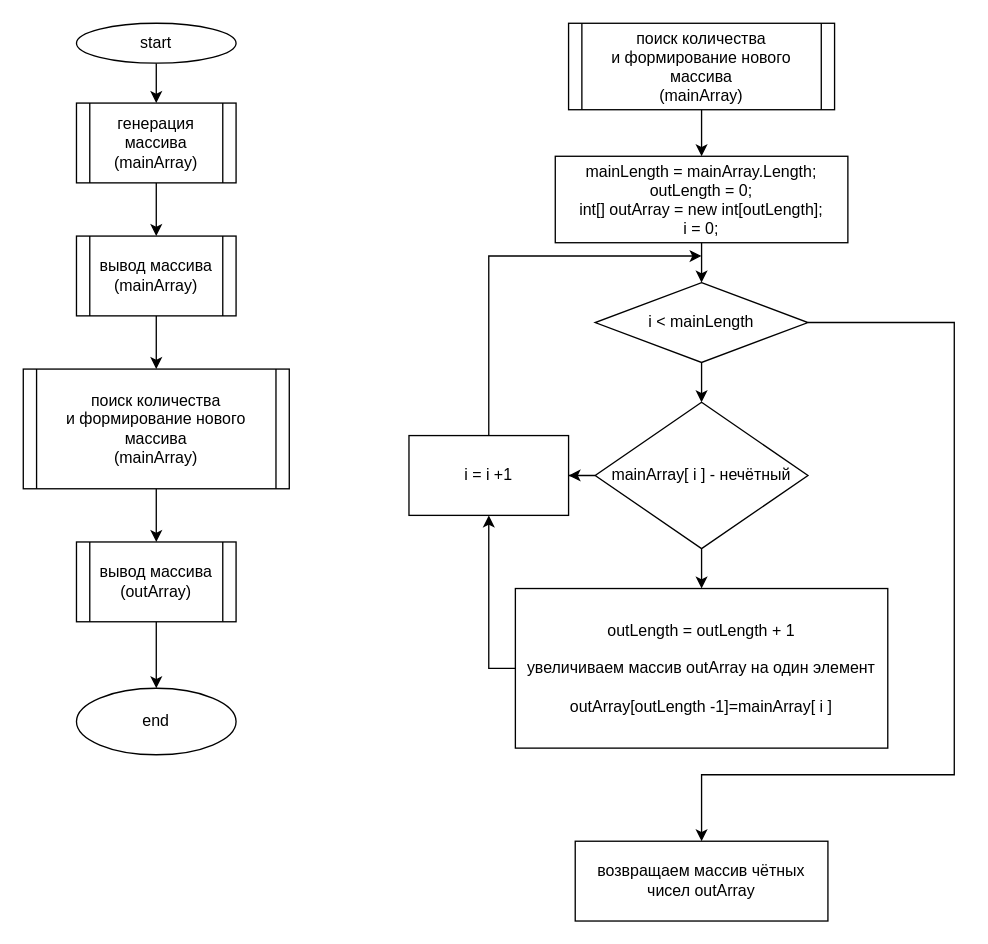
Earlier version of the draw.io diagram Untitled Diagram.drawio (CovChEGG/dev1Group6). Source tidied: cells renumbered, new cells numbered last; positions are measured from the earlier drawing's top-left corner, leaving out a move shared by most shapes. Both pictures are drawn from the tidied source at 133%, with x=0, y=0 at pixel (23, 23).
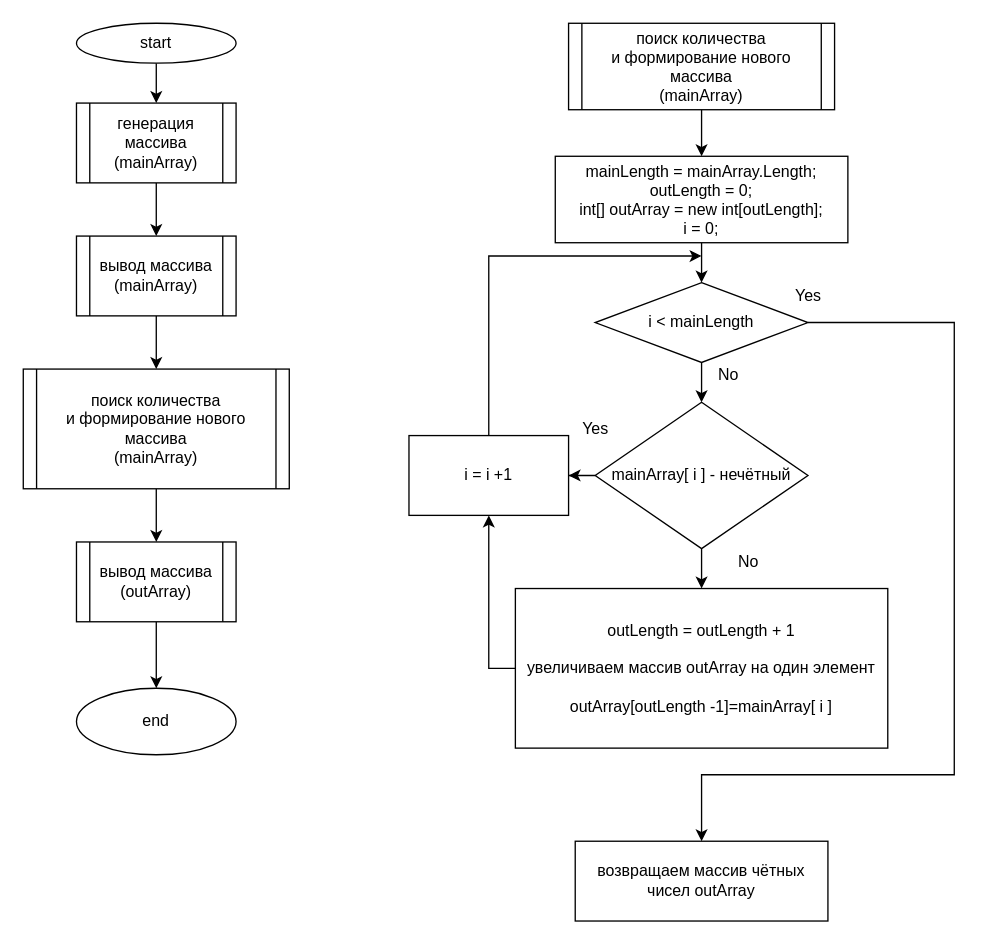
Above is the later version.

Change to the diagram source:
```diff
@@
+    <mxCell id="29" value="Yes" style="text;html=1;align=center;verticalAlign=middle;strokeColor=none;fillColor=none;" parent="1" vertex="1">
+      <mxGeometry x="570" y="195" width="40" height="20" as="geometry" />
+    </mxCell>
+    <mxCell id="30" value="No" style="text;html=1;align=center;verticalAlign=middle;strokeColor=none;fillColor=none;" parent="1" vertex="1">
+      <mxGeometry x="515" y="255" width="30" height="20" as="geometry" />
+    </mxCell>
+    <mxCell id="31" value="Yes" style="text;html=1;align=center;verticalAlign=middle;strokeColor=none;fillColor=none;" parent="1" vertex="1">
+      <mxGeometry x="410" y="295" width="40" height="20" as="geometry" />
+    </mxCell>
+    <mxCell id="32" value="No" style="text;html=1;align=center;verticalAlign=middle;strokeColor=none;fillColor=none;" parent="1" vertex="1">
+      <mxGeometry x="530" y="395" width="30" height="20" as="geometry" />
+    </mxCell>
```
